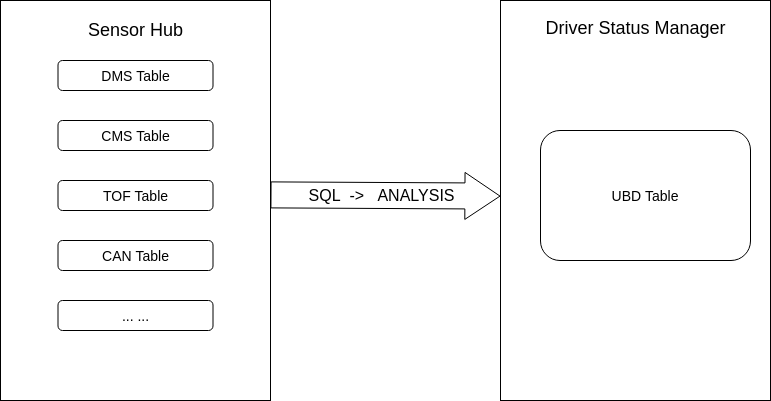
This is FlowCharts/DriverStatusManager_软件模块.png from rangerzhou/ImageHosting, a draw.io export, as it was before one commit. Source tidied: cells renumbered, new cells last; positions are measured from the earlier drawing's top-left corner, leaving out a move shared by most shapes.
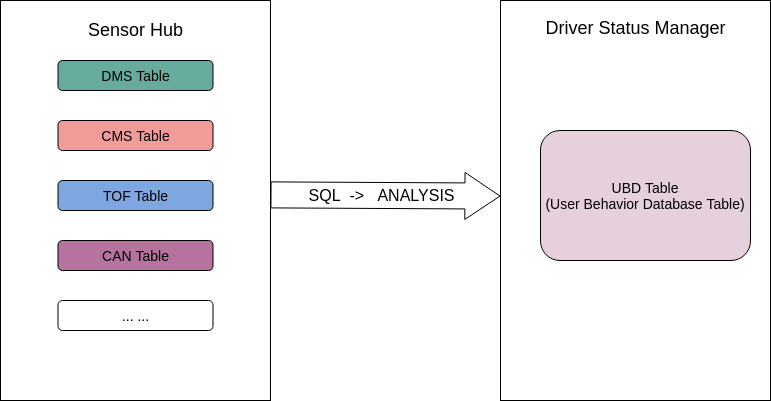
After the change.

Commit message:
已添加 DriverStatusManager_软件模块.png

Diff of the diagram source:
```diff
@@ -14,16 +14,16 @@
     <mxCell id="5" value="&lt;font style=&quot;font-size: 18px&quot;&gt;Driver Status Manager&lt;/font&gt;" style="text;html=1;strokeColor=none;fillColor=none;align=center;verticalAlign=middle;whiteSpace=wrap;rounded=0;" parent="1" vertex="1">
       <mxGeometry x="533.8" y="15" width="202.5" height="25" as="geometry" />
     </mxCell>
-    <mxCell id="6" value="&lt;font style=&quot;font-size: 14px&quot;&gt;DMS Table&lt;/font&gt;" style="rounded=1;whiteSpace=wrap;html=1;" parent="1" vertex="1">
+    <mxCell id="6" value="&lt;font style=&quot;font-size: 14px&quot;&gt;DMS Table&lt;/font&gt;" style="rounded=1;whiteSpace=wrap;html=1;fillColor=#67AB9F;" parent="1" vertex="1">
       <mxGeometry x="57.5" y="60" width="155" height="30" as="geometry" />
     </mxCell>
-    <mxCell id="7" value="&lt;font style=&quot;font-size: 14px&quot;&gt;CMS Table&lt;/font&gt;" style="rounded=1;whiteSpace=wrap;html=1;" parent="1" vertex="1">
+    <mxCell id="7" value="&lt;font style=&quot;font-size: 14px&quot;&gt;CMS Table&lt;/font&gt;" style="rounded=1;whiteSpace=wrap;html=1;fillColor=#F19C99;" parent="1" vertex="1">
       <mxGeometry x="57.5" y="120" width="155" height="30" as="geometry" />
     </mxCell>
-    <mxCell id="8" value="&lt;font style=&quot;font-size: 14px&quot;&gt;TOF Table&lt;/font&gt;" style="rounded=1;whiteSpace=wrap;html=1;" parent="1" vertex="1">
+    <mxCell id="8" value="&lt;font style=&quot;font-size: 14px&quot;&gt;TOF Table&lt;/font&gt;" style="rounded=1;whiteSpace=wrap;html=1;fillColor=#7EA6E0;" parent="1" vertex="1">
       <mxGeometry x="57.5" y="180" width="155" height="30" as="geometry" />
     </mxCell>
-    <mxCell id="9" value="&lt;font style=&quot;font-size: 14px&quot;&gt;CAN Table&lt;/font&gt;" style="rounded=1;whiteSpace=wrap;html=1;" parent="1" vertex="1">
+    <mxCell id="9" value="&lt;font style=&quot;font-size: 14px&quot;&gt;CAN Table&lt;/font&gt;" style="rounded=1;whiteSpace=wrap;html=1;fillColor=#B5739D;" parent="1" vertex="1">
       <mxGeometry x="57.5" y="240" width="155" height="30" as="geometry" />
     </mxCell>
     <mxCell id="10" value="&lt;font style=&quot;font-size: 14px&quot;&gt;... ...&lt;/font&gt;" style="rounded=1;whiteSpace=wrap;html=1;" parent="1" vertex="1">
@@ -40,7 +40,7 @@
         <mxPoint x="53" y="3.3" as="offset" />
       </mxGeometry>
     </mxCell>
-    <mxCell id="13" value="&lt;font style=&quot;font-size: 14px&quot;&gt;UBD Table&lt;/font&gt;" style="rounded=1;whiteSpace=wrap;html=1;" parent="1" vertex="1">
+    <mxCell id="13" value="&lt;font style=&quot;font-size: 14px&quot;&gt;UBD Table&lt;br&gt;(User Behavior Database Table)&lt;br&gt;&lt;/font&gt;" style="rounded=1;whiteSpace=wrap;html=1;fillColor=#E6D0DE;" parent="1" vertex="1">
       <mxGeometry x="540" y="130" width="210" height="130" as="geometry" />
     </mxCell>
   </root>
```
